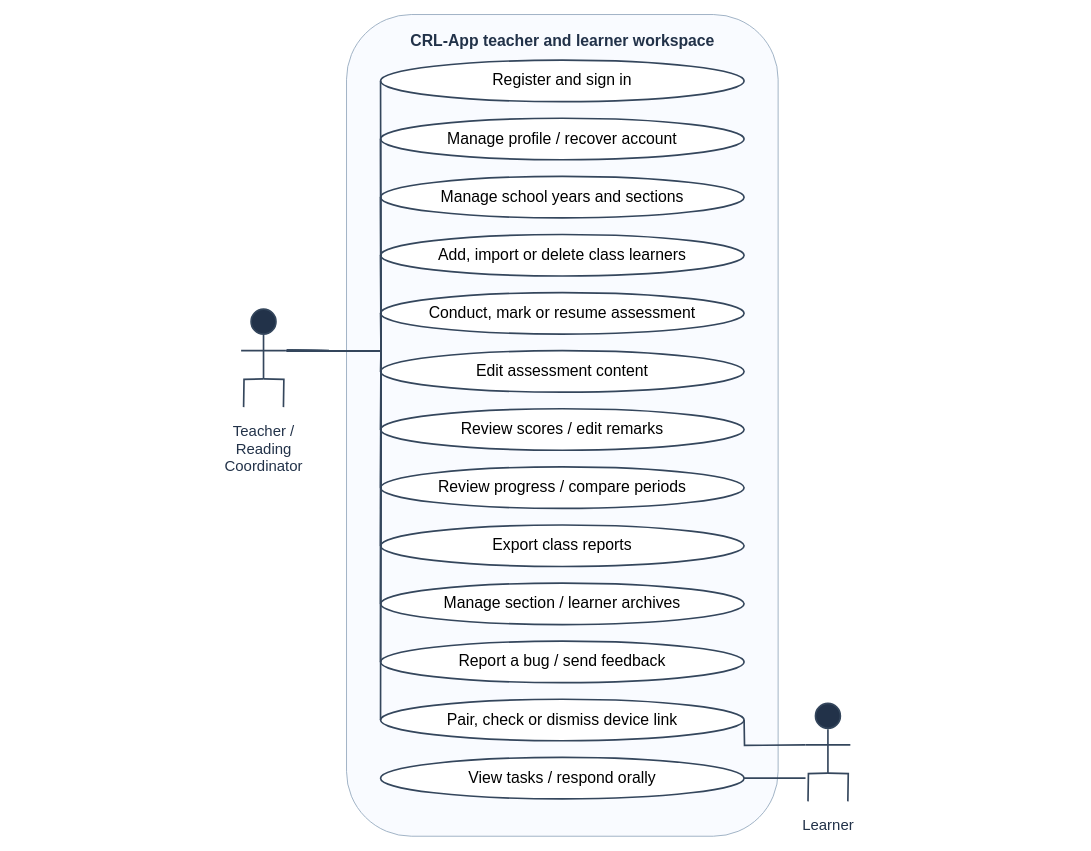
Above: docs/diagrams/class-workspaces/figure-06-use-cases.drawio in AkuSayangKamuJudaSayang/crl-app (draw.io), before the change. Source tidied: cells renumbered, new cells numbered last; positions are measured from the earlier drawing's top-left corner, leaving out a move shared by most shapes. Both pictures are drawn from the tidied source at 83%, with x=0, y=0 at pixel (14, 14).
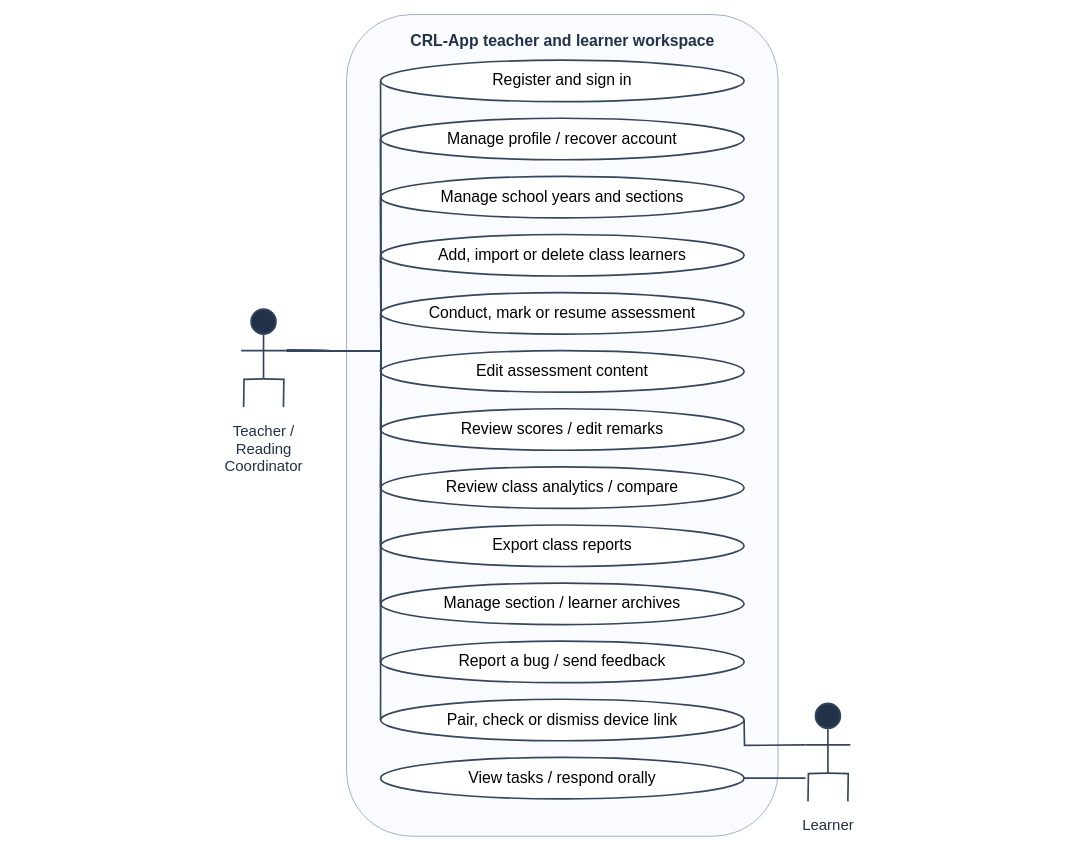
Above is the later version.

Change to the diagram source:
```diff
@@
-    <mxCell id="11" value="Review progress / compare periods" style="rounded=1;whiteSpace=wrap;html=1;fillColor=#ffffff;strokeColor=#34465c;strokeWidth=2;fontSize=19;shape=ellipse;" parent="1" vertex="1">
+    <mxCell id="11" value="Review class analytics / compare" style="rounded=1;whiteSpace=wrap;html=1;fillColor=#ffffff;strokeColor=#34465c;strokeWidth=2;fontSize=19;shape=ellipse;" parent="1" vertex="1">
       <mxGeometry x="441" y="545" width="438" height="50" as="geometry" />
     </mxCell>
```
